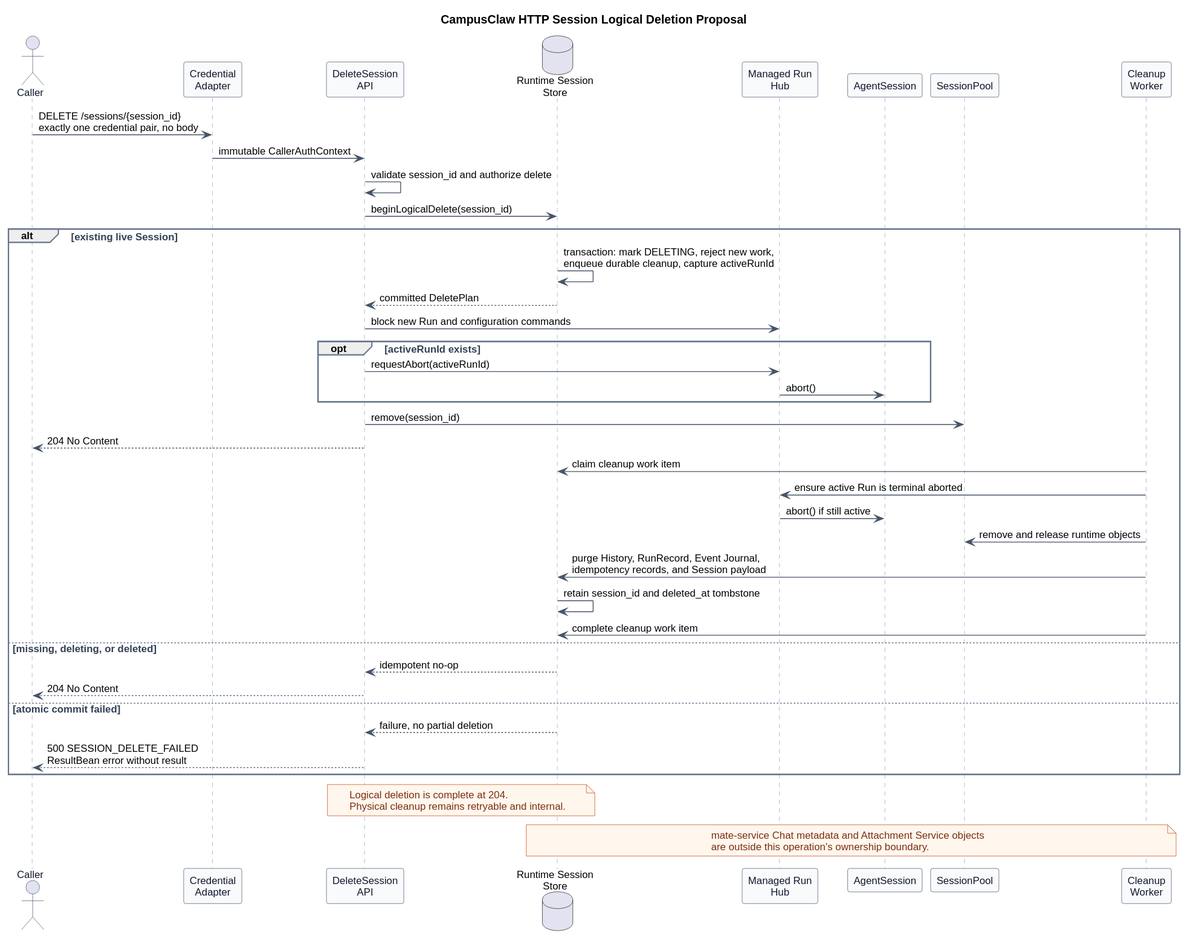
ssm0808/pi-mono-java-design keeps this PlantUML diagram as pi-mono-java-manager-driven-multi-agent-runtime/http_delete_session.svg. Above is the earlier version. The source it was exported from:
```plantuml
@startuml
title CampusClaw HTTP Session Logical Deletion Proposal


skinparam backgroundColor #FFFFFF
skinparam shadowing false
skinparam defaultFontName Arial
skinparam defaultFontSize 12
skinparam sequence {
  ArrowColor #475569
  ActorBorderColor #475569
  ActorFontColor #0F172A
  LifeLineBorderColor #94A3B8
  LifeLineBackgroundColor #F8FAFC
  ParticipantBorderColor #475569
  ParticipantBackgroundColor #F8FAFC
  ParticipantFontColor #0F172A
  GroupBorderColor #64748B
  GroupFontColor #334155
}
skinparam note {
  BackgroundColor #FFF7ED
  BorderColor #C2410C
  FontColor #7C2D12
}

actor Caller
participant "Credential\nAdapter" as Auth
participant "DeleteSession\nAPI" as API
database "Runtime Session\nStore" as Store
participant "Managed Run\nHub" as Hub
participant AgentSession
participant SessionPool
participant "Cleanup\nWorker" as Worker

Caller -> Auth : DELETE /sessions/{session_id}\nexactly one credential pair, no body
Auth -> API : immutable CallerAuthContext
API -> API : validate session_id and authorize delete
API -> Store : beginLogicalDelete(session_id)

alt existing live Session
  Store -> Store : transaction: mark DELETING, reject new work,\nenqueue durable cleanup, capture activeRunId
  Store --> API : committed DeletePlan
  API -> Hub : block new Run and configuration commands
  opt activeRunId exists
    API -> Hub : requestAbort(activeRunId)
    Hub -> AgentSession : abort()
  end
  API -> SessionPool : remove(session_id)
  API --> Caller : 204 No Content
  Worker -> Store : claim cleanup work item
  Worker -> Hub : ensure active Run is terminal aborted
  Hub -> AgentSession : abort() if still active
  Worker -> SessionPool : remove and release runtime objects
  Worker -> Store : purge History, RunRecord, Event Journal,\nidempotency records, and Session payload
  Store -> Store : retain session_id and deleted_at tombstone
  Worker -> Store : complete cleanup work item
else missing, deleting, or deleted
  Store --> API : idempotent no-op
  API --> Caller : 204 No Content
else atomic commit failed
  Store --> API : failure, no partial deletion
  API --> Caller : 500 SESSION_DELETE_FAILED\nResultBean error without result
end

note over API,Store
Logical deletion is complete at 204.
Physical cleanup remains retryable and internal.
end note

note over Store,Worker
mate-service Chat metadata and Attachment Service objects
are outside this operation's ownership boundary.
end note
@enduml
```
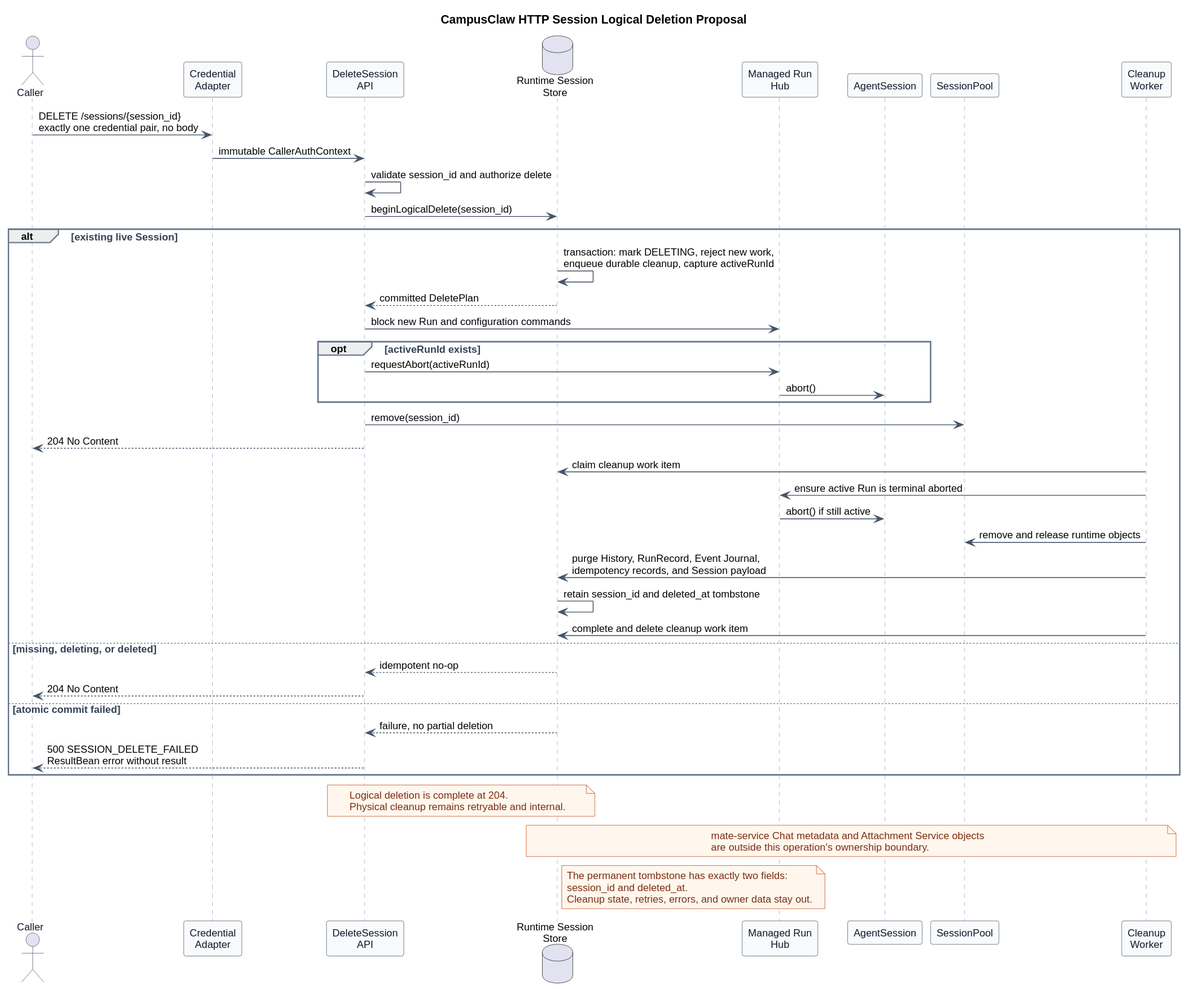
After the change.

Commit message:
docs(api): fix session tombstone fields

What changed in the source:
```diff
@@ -54,7 +54,7 @@
   Worker -> SessionPool : remove and release runtime objects
   Worker -> Store : purge History, RunRecord, Event Journal,\nidempotency records, and Session payload
   Store -> Store : retain session_id and deleted_at tombstone
-  Worker -> Store : complete cleanup work item
+  Worker -> Store : complete and delete cleanup work item
 else missing, deleting, or deleted
   Store --> API : idempotent no-op
   API --> Caller : 204 No Content
@@ -72,4 +72,10 @@
 mate-service Chat metadata and Attachment Service objects
 are outside this operation's ownership boundary.
 end note
+
+note right of Store
+The permanent tombstone has exactly two fields:
+session_id and deleted_at.
+Cleanup state, retries, errors, and owner data stay out.
+end note
 @enduml
```
